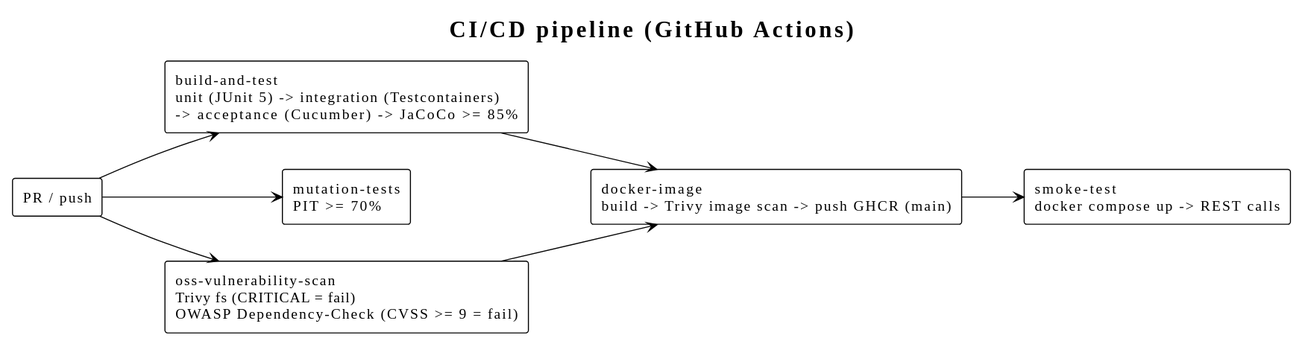
Above: docs/diagrams/pipeline.svg in apurvaaeron/trade-store (PlantUML), before the change.
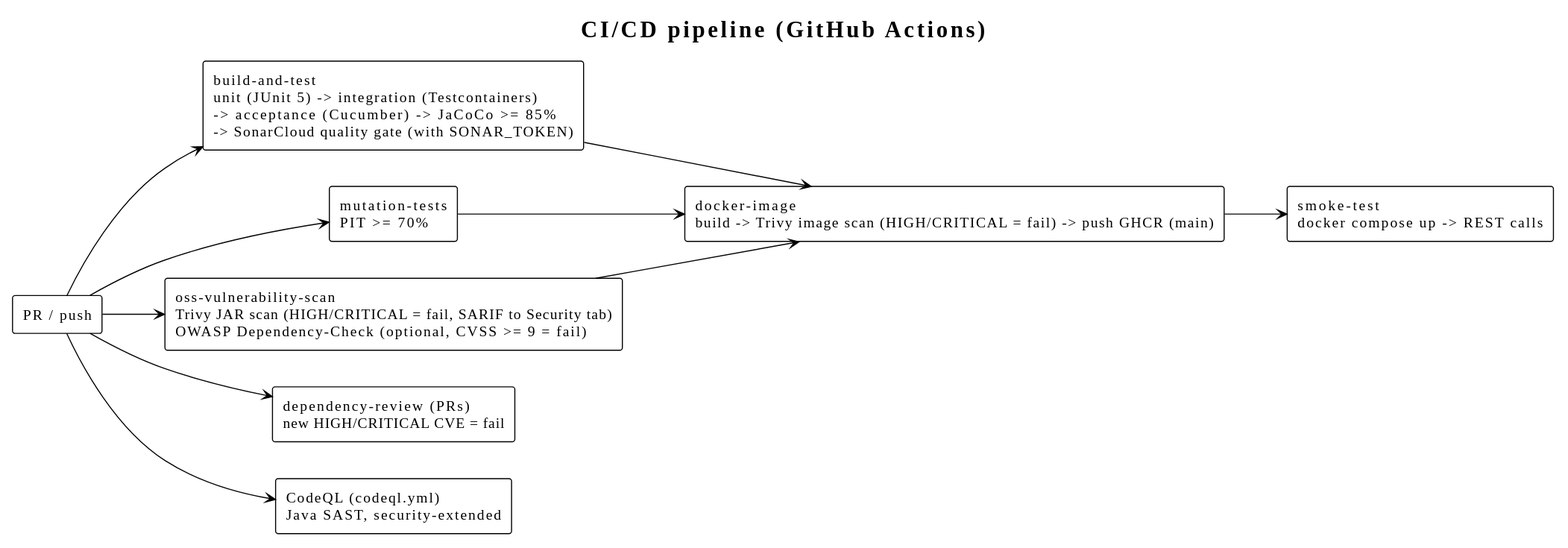
The same diagram one commit later.

Commit message:
Add CodeQL, dependency review, Trivy SARIF and SonarCloud CI analysis to PR checks

Diff of the diagram source:
```diff
@@ -4,16 +4,21 @@
 left to right direction
 
 rectangle "PR / push" as trigger
-rectangle "build-and-test\nunit (JUnit 5) -> integration (Testcontainers)\n-> acceptance (Cucumber) -> JaCoCo >= 85%" as build
+rectangle "build-and-test\nunit (JUnit 5) -> integration (Testcontainers)\n-> acceptance (Cucumber) -> JaCoCo >= 85%\n-> SonarCloud quality gate (with SONAR_TOKEN)" as build
 rectangle "mutation-tests\nPIT >= 70%" as pit
-rectangle "oss-vulnerability-scan\nTrivy fs (CRITICAL = fail)\nOWASP Dependency-Check (CVSS >= 9 = fail)" as scan
-rectangle "docker-image\nbuild -> Trivy image scan -> push GHCR (main)" as image
+rectangle "oss-vulnerability-scan\nTrivy JAR scan (HIGH/CRITICAL = fail, SARIF to Security tab)\nOWASP Dependency-Check (optional, CVSS >= 9 = fail)" as scan
+rectangle "dependency-review (PRs)\nnew HIGH/CRITICAL CVE = fail" as depreview
+rectangle "CodeQL (codeql.yml)\nJava SAST, security-extended" as codeql
+rectangle "docker-image\nbuild -> Trivy image scan (HIGH/CRITICAL = fail) -> push GHCR (main)" as image
 rectangle "smoke-test\ndocker compose up -> REST calls" as smoke
 
 trigger --> build
 trigger --> pit
 trigger --> scan
+trigger --> depreview
+trigger --> codeql
 build --> image
+pit --> image
 scan --> image
 image --> smoke
 @enduml
```
